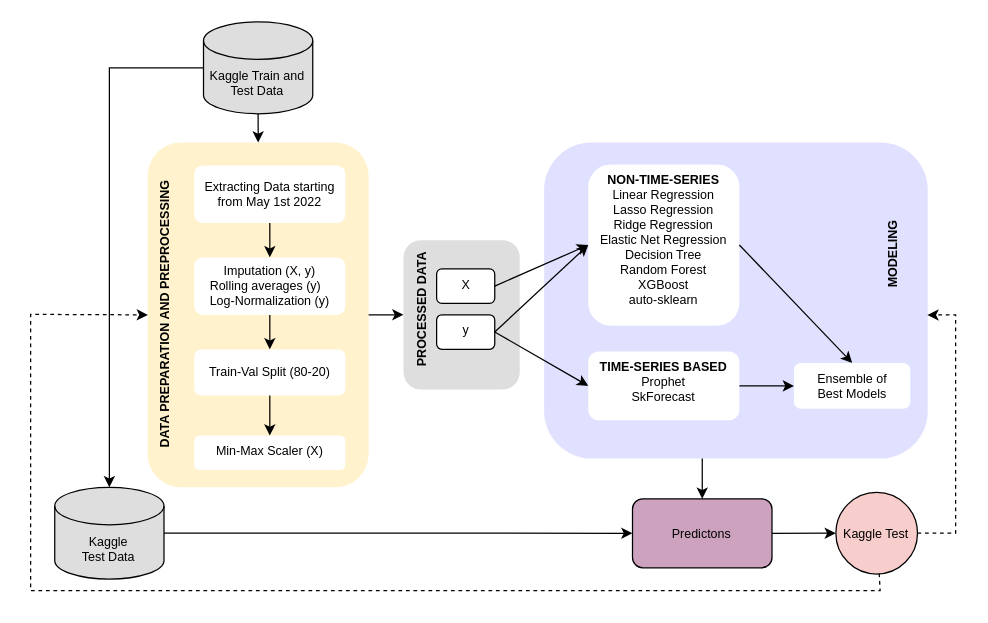
This is images/ML_project_flowchart.drawio from qetdr/ML-Electricity-Consumption, a draw.io file, before an edit. Source tidied: cells renumbered, new cells numbered last; positions are measured from the earlier drawing's top-left corner, leaving out a move shared by most shapes. Both pictures are drawn from the tidied source at 125%, with x=0, y=0 at pixel (-4, 21).
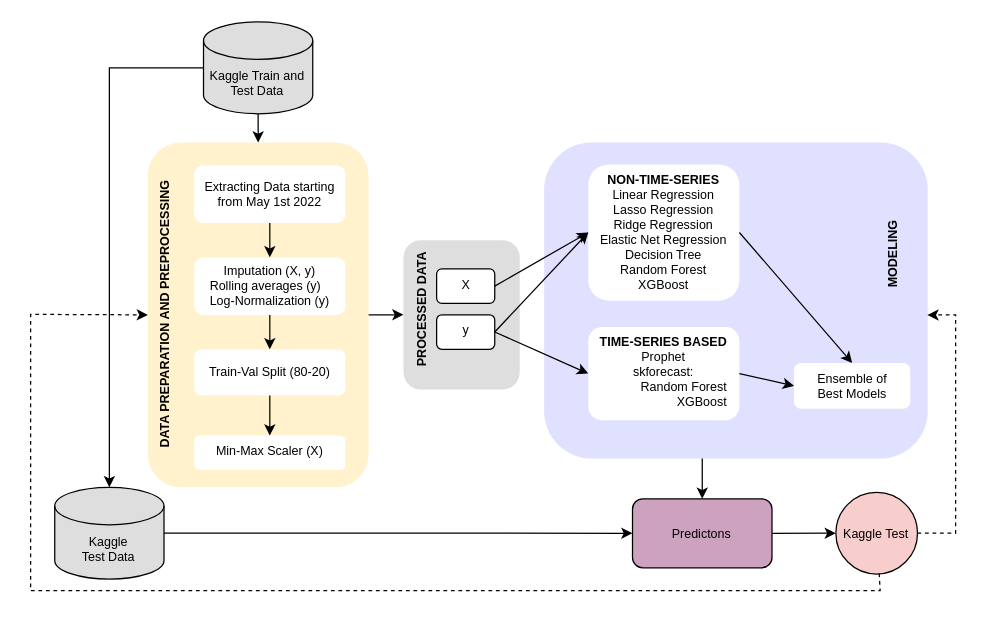
The same diagram, later.

Commit message (it also covers changes not shown here):
updated models in fig1

Change to the diagram source:
```diff
@@
-    <mxCell id="3" value="&lt;div style=&quot;font-size: 10px;&quot;&gt;&lt;b style=&quot;font-size: 10px;&quot;&gt;NON-TIME-SERIES&lt;/b&gt;&lt;/div&gt;&lt;div style=&quot;font-size: 10px;&quot;&gt;&lt;span style=&quot;font-size: 10px;&quot;&gt;Linear Regression&lt;/span&gt;&lt;br style=&quot;font-size: 10px;&quot;&gt;&lt;/div&gt;&lt;div style=&quot;font-size: 10px;&quot;&gt;&lt;font style=&quot;font-size: 10px;&quot;&gt;Lasso Regression&lt;/font&gt;&lt;/div&gt;&lt;div style=&quot;font-size: 10px;&quot;&gt;&lt;font style=&quot;font-size: 10px;&quot;&gt;Ridge Regression&lt;/font&gt;&lt;/div&gt;&lt;div style=&quot;font-size: 10px;&quot;&gt;&lt;font style=&quot;font-size: 10px;&quot;&gt;Elastic Net Regression&lt;/font&gt;&lt;/div&gt;&lt;div style=&quot;font-size: 10px;&quot;&gt;&lt;font style=&quot;font-size: 10px;&quot;&gt;Decision Tree&lt;/font&gt;&lt;/div&gt;&lt;div style=&quot;font-size: 10px;&quot;&gt;&lt;font style=&quot;font-size: 10px;&quot;&gt;Random Forest&lt;/font&gt;&lt;/div&gt;&lt;div style=&quot;font-size: 10px;&quot;&gt;&lt;font style=&quot;font-size: 10px;&quot;&gt;XGBoost&lt;/font&gt;&lt;/div&gt;&lt;div style=&quot;font-size: 10px;&quot;&gt;&lt;font style=&quot;font-size: 10px;&quot;&gt;auto-sklearn&lt;/font&gt;&lt;/div&gt;&lt;div style=&quot;font-size: 10px;&quot;&gt;&lt;font style=&quot;font-size: 10px;&quot;&gt;&lt;br style=&quot;font-size: 10px;&quot;&gt;&lt;/font&gt;&lt;/div&gt;&lt;div style=&quot;font-size: 10px;&quot;&gt;&lt;br style=&quot;font-size: 10px;&quot;&gt;&lt;/div&gt;" style="rounded=1;whiteSpace=wrap;html=1;verticalAlign=top;strokeColor=none;fontSize=10;" parent="1" vertex="1">
-      <mxGeometry x="473.1" y="114" width="120.9" height="129" as="geometry" />
+    <mxCell id="3" value="&lt;div style=&quot;font-size: 10px;&quot;&gt;&lt;b style=&quot;font-size: 10px;&quot;&gt;NON-TIME-SERIES&lt;/b&gt;&lt;/div&gt;&lt;div style=&quot;font-size: 10px;&quot;&gt;&lt;span style=&quot;font-size: 10px;&quot;&gt;Linear Regression&lt;/span&gt;&lt;br style=&quot;font-size: 10px;&quot;&gt;&lt;/div&gt;&lt;div style=&quot;font-size: 10px;&quot;&gt;&lt;font style=&quot;font-size: 10px;&quot;&gt;Lasso Regression&lt;/font&gt;&lt;/div&gt;&lt;div style=&quot;font-size: 10px;&quot;&gt;&lt;font style=&quot;font-size: 10px;&quot;&gt;Ridge Regression&lt;/font&gt;&lt;/div&gt;&lt;div style=&quot;font-size: 10px;&quot;&gt;&lt;font style=&quot;font-size: 10px;&quot;&gt;Elastic Net Regression&lt;/font&gt;&lt;/div&gt;&lt;div style=&quot;font-size: 10px;&quot;&gt;&lt;font style=&quot;font-size: 10px;&quot;&gt;Decision Tree&lt;/font&gt;&lt;/div&gt;&lt;div style=&quot;font-size: 10px;&quot;&gt;&lt;font style=&quot;font-size: 10px;&quot;&gt;Random Forest&lt;/font&gt;&lt;/div&gt;&lt;div style=&quot;font-size: 10px;&quot;&gt;&lt;font style=&quot;font-size: 10px;&quot;&gt;XGBoost&lt;/font&gt;&lt;/div&gt;&lt;div style=&quot;font-size: 10px;&quot;&gt;&lt;font style=&quot;font-size: 10px;&quot;&gt;&lt;br style=&quot;font-size: 10px;&quot;&gt;&lt;/font&gt;&lt;/div&gt;&lt;div style=&quot;font-size: 10px;&quot;&gt;&lt;br style=&quot;font-size: 10px;&quot;&gt;&lt;/div&gt;" style="rounded=1;whiteSpace=wrap;html=1;verticalAlign=top;strokeColor=none;fontSize=10;" parent="1" vertex="1">
+      <mxGeometry x="473.1" y="114" width="120.9" height="109" as="geometry" />
     </mxCell>
-    <mxCell id="4" value="&lt;div style=&quot;font-size: 10px;&quot;&gt;&lt;b style=&quot;font-size: 10px;&quot;&gt;TIME-SERIES BASED&lt;/b&gt;&lt;/div&gt;&lt;div style=&quot;font-size: 10px;&quot;&gt;&lt;font style=&quot;font-size: 10px;&quot;&gt;Prophet&lt;/font&gt;&lt;/div&gt;&lt;div style=&quot;font-size: 10px;&quot;&gt;&lt;font style=&quot;font-size: 10px;&quot;&gt;SkForecast&lt;/font&gt;&lt;/div&gt;" style="rounded=1;whiteSpace=wrap;html=1;verticalAlign=top;align=center;strokeColor=none;fontSize=10;" parent="1" vertex="1">
-      <mxGeometry x="473.1" y="263.7" width="120.9" height="55" as="geometry" />
+    <mxCell id="4" value="&lt;div style=&quot;font-size: 10px;&quot;&gt;&lt;b style=&quot;font-size: 10px;&quot;&gt;TIME-SERIES BASED&lt;/b&gt;&lt;/div&gt;&lt;div style=&quot;font-size: 10px;&quot;&gt;&lt;font style=&quot;font-size: 10px;&quot;&gt;Prophet&lt;/font&gt;&lt;/div&gt;&lt;div style=&quot;font-size: 10px;&quot;&gt;skforecast:&lt;/div&gt;&lt;div style=&quot;text-align: right; font-size: 10px;&quot;&gt;Random Forest&lt;/div&gt;&lt;div style=&quot;font-size: 10px;&quot;&gt;&lt;div style=&quot;text-align: right;&quot;&gt;XGBoost&lt;/div&gt;&lt;/div&gt;" style="rounded=1;whiteSpace=wrap;html=1;verticalAlign=top;align=center;strokeColor=none;fontSize=10;" parent="1" vertex="1">
+      <mxGeometry x="473.1" y="244" width="120.9" height="74.7" as="geometry" />
     </mxCell>
```
